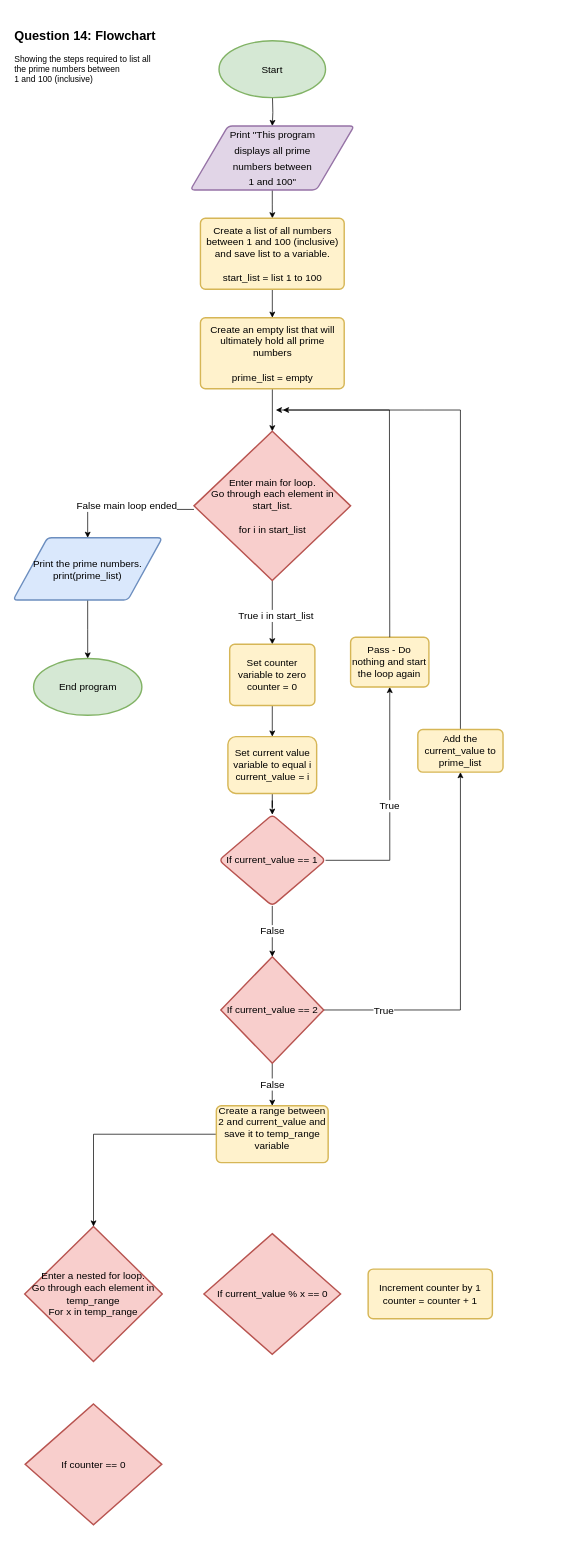
Before: Q14(1)_Flowchart.drawio in Wade008/flowcharts, a draw.io diagram. Source tidied: cells renumbered, new cells numbered last; positions are measured from the earlier drawing's top-left corner, leaving out a move shared by most shapes. Both pictures are drawn from the tidied source at 71%, with x=0, y=0 at pixel (13, 12).
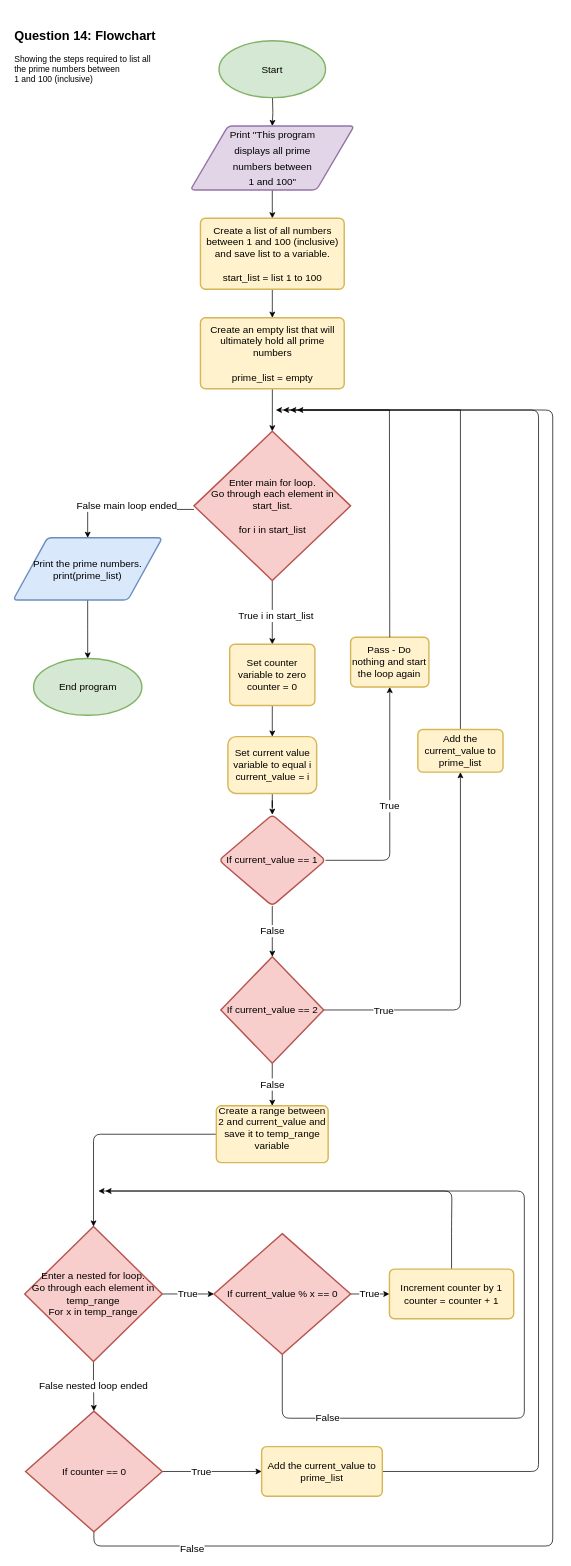
The same diagram, later.

Unchanged cells that the change refers to:
```xml
<mxCell id="20" value="If current_value == 1" style="rhombus;whiteSpace=wrap;html=1;fontSize=14;fillColor=#f8cecc;strokeColor=#b85450;rounded=1;arcSize=14;strokeWidth=2;" parent="1" vertex="1">
  <mxGeometry x="290" y="1130" width="150" height="128.4" as="geometry" />
</mxCell>
<mxCell id="21" value="Pass - Do nothing and start the loop again" style="rounded=1;whiteSpace=wrap;html=1;absoluteArcSize=1;arcSize=14;strokeWidth=2;fontSize=14;fillColor=#fff2cc;strokeColor=#d6b656;" parent="1" vertex="1">
  <mxGeometry x="475.3" y="880" width="110.3" height="70" as="geometry" />
</mxCell>
<mxCell id="28" value="If current_value == 2" style="strokeWidth=2;html=1;shape=mxgraph.flowchart.decision;whiteSpace=wrap;fontSize=14;fillColor=#f8cecc;strokeColor=#b85450;" parent="1" vertex="1">
  <mxGeometry x="292.5" y="1330" width="145" height="150" as="geometry" />
</mxCell>
<mxCell id="30" value="Add the current_value to prime_list" style="rounded=1;whiteSpace=wrap;html=1;absoluteArcSize=1;arcSize=14;strokeWidth=2;fontSize=14;fillColor=#fff2cc;strokeColor=#d6b656;" parent="1" vertex="1">
  <mxGeometry x="570" y="1010" width="120" height="60" as="geometry" />
</mxCell>
<mxCell id="32" value="Enter a nested for loop.&lt;br&gt;Go through each element in temp_range&lt;br&gt;For x in temp_range" style="strokeWidth=2;html=1;shape=mxgraph.flowchart.decision;whiteSpace=wrap;fontSize=14;fillColor=#f8cecc;strokeColor=#b85450;" parent="1" vertex="1">
  <mxGeometry x="16.3" y="1710" width="193.7" height="190" as="geometry" />
</mxCell>
<mxCell id="34" value="Create a range between 2 and current_value and save it to temp_range variable&lt;br&gt;&lt;br&gt;" style="rounded=1;whiteSpace=wrap;html=1;absoluteArcSize=1;arcSize=14;strokeWidth=2;fontSize=14;fillColor=#fff2cc;strokeColor=#d6b656;" parent="1" vertex="1">
  <mxGeometry x="286.2" y="1540" width="157.5" height="80" as="geometry" />
</mxCell>
```

The edit, as a diff of the source:
```diff
@@
-    <mxCell id="19" value="True" style="edgeStyle=orthogonalEdgeStyle;rounded=0;jettySize=auto;html=1;exitX=1;exitY=0.5;exitDx=0;exitDy=0;entryX=0.5;entryY=1;entryDx=0;entryDy=0;fontSize=14;" parent="1" edge="1" source="20" target="21">
+    <mxCell id="19" value="True" style="edgeStyle=orthogonalEdgeStyle;rounded=1;jettySize=auto;html=1;exitX=1;exitY=0.5;exitDx=0;exitDy=0;entryX=0.5;entryY=1;entryDx=0;entryDy=0;fontSize=14;" parent="1" edge="1" source="20" target="21">
       <mxGeometry relative="1" as="geometry" />
     </mxCell>
@@
-    <mxCell id="25" style="edgeStyle=orthogonalEdgeStyle;rounded=0;jettySize=auto;html=1;entryX=0.5;entryY=1;entryDx=0;entryDy=0;fontSize=14;" parent="1" edge="1" source="28" target="30">
+    <mxCell id="25" style="edgeStyle=orthogonalEdgeStyle;rounded=1;jettySize=auto;html=1;entryX=0.5;entryY=1;entryDx=0;entryDy=0;fontSize=14;" parent="1" edge="1" source="28" target="30">
       <mxGeometry relative="1" as="geometry" />
     </mxCell>
@@
     <mxCell id="29" style="edgeStyle=orthogonalEdgeStyle;rounded=0;jettySize=auto;html=1;exitX=0.5;exitY=0;exitDx=0;exitDy=0;fontSize=14;" parent="1" edge="1" source="30">
       <mxGeometry relative="1" as="geometry">
         <mxPoint x="380" y="560" as="targetPoint" />
         <Array as="points">
           <mxPoint x="630" y="560" />
-          <mxPoint x="580" y="560" />
         </Array>
       </mxGeometry>
     </mxCell>
@@
+    <mxCell id="38" value="True" style="edgeStyle=orthogonalEdgeStyle;rounded=0;jettySize=auto;html=1;fontSize=14;" parent="1" edge="1" source="32" target="35">
+      <mxGeometry relative="1" as="geometry" />
+    </mxCell>
+    <mxCell id="39" value="False nested loop ended" style="edgeStyle=orthogonalEdgeStyle;rounded=0;jettySize=auto;html=1;exitX=0.5;exitY=1;exitDx=0;exitDy=0;exitPerimeter=0;entryX=0.5;entryY=0;entryDx=0;entryDy=0;entryPerimeter=0;fontSize=14;" parent="1" edge="1" source="32" target="37">
+      <mxGeometry relative="1" as="geometry" />
+    </mxCell>
@@
-    <mxCell id="33" style="edgeStyle=orthogonalEdgeStyle;rounded=0;jettySize=auto;html=1;fontSize=14;" parent="1" edge="1" source="34" target="32">
+    <mxCell id="33" style="edgeStyle=orthogonalEdgeStyle;rounded=1;jettySize=auto;html=1;fontSize=14;" parent="1" edge="1" source="34" target="32">
       <mxGeometry relative="1" as="geometry" />
     </mxCell>
@@
+    <mxCell id="40" value="True" style="edgeStyle=orthogonalEdgeStyle;rounded=0;jettySize=auto;html=1;fontSize=14;" parent="1" edge="1" source="35" target="36">
+      <mxGeometry relative="1" as="geometry" />
+    </mxCell>
+    <mxCell id="41" value="False" style="edgeStyle=orthogonalEdgeStyle;rounded=1;jettySize=auto;html=1;fontSize=14;jumpStyle=arc;" parent="1" edge="1" source="35">
+      <mxGeometry x="-0.77" relative="1" as="geometry">
+        <mxPoint x="130" y="1660" as="targetPoint" />
+        <Array as="points">
+          <mxPoint x="379" y="1980" />
+          <mxPoint x="720" y="1980" />
+          <mxPoint x="720" y="1660" />
+        </Array>
+      </mxGeometry>
+    </mxCell>
     <mxCell id="35" value="If current_value % x == 0" style="strokeWidth=2;html=1;shape=mxgraph.flowchart.decision;whiteSpace=wrap;fontSize=14;fillColor=#f8cecc;strokeColor=#b85450;" parent="1" vertex="1">
-      <mxGeometry x="268.7" y="1720" width="192.5" height="170" as="geometry" />
+      <mxGeometry x="282.8" y="1720" width="192.5" height="170" as="geometry" />
     </mxCell>
+    <mxCell id="42" style="edgeStyle=orthogonalEdgeStyle;rounded=1;jettySize=auto;html=1;exitX=0.5;exitY=0;exitDx=0;exitDy=0;fontSize=14;" parent="1" edge="1" source="36">
+      <mxGeometry relative="1" as="geometry">
+        <mxPoint x="120" y="1660" as="targetPoint" />
+        <Array as="points">
+          <mxPoint x="618" y="1710" />
+          <mxPoint x="618" y="1710" />
+        </Array>
+      </mxGeometry>
+    </mxCell>
     <mxCell id="36" value="Increment counter by 1&lt;br&gt;counter = counter + 1" style="rounded=1;whiteSpace=wrap;html=1;absoluteArcSize=1;arcSize=14;strokeWidth=2;fontSize=14;fillColor=#fff2cc;strokeColor=#d6b656;" parent="1" vertex="1">
-      <mxGeometry x="500" y="1770" width="175" height="70" as="geometry" />
+      <mxGeometry x="530" y="1770" width="175" height="70" as="geometry" />
     </mxCell>
+    <mxCell id="43" style="edgeStyle=orthogonalEdgeStyle;rounded=1;jumpStyle=arc;jettySize=auto;html=1;exitX=1;exitY=0.5;exitDx=0;exitDy=0;exitPerimeter=0;fontSize=14;" parent="1" edge="1" source="37" target="48">
+      <mxGeometry relative="1" as="geometry" />
+    </mxCell>
+    <mxCell id="44" value="True" style="edgeLabel;html=1;align=center;verticalAlign=middle;fontSize=14;" parent="43" vertex="1">
+      <mxGeometry x="-0.3" y="-5" relative="1" as="geometry">
+        <mxPoint x="5" y="-5" as="offset" />
+      </mxGeometry>
+    </mxCell>
+    <mxCell id="45" style="edgeStyle=orthogonalEdgeStyle;rounded=1;jumpStyle=arc;jettySize=auto;html=1;exitX=0.5;exitY=1;exitDx=0;exitDy=0;exitPerimeter=0;fontSize=14;" parent="1" edge="1" source="37">
+      <mxGeometry relative="1" as="geometry">
+        <mxPoint x="400" y="560" as="targetPoint" />
+        <Array as="points">
+          <mxPoint x="114" y="2160" />
+          <mxPoint x="760" y="2160" />
+          <mxPoint x="760" y="560" />
+        </Array>
+      </mxGeometry>
+    </mxCell>
+    <mxCell id="46" value="False" style="edgeLabel;html=1;align=center;verticalAlign=middle;fontSize=14;" parent="45" vertex="1">
+      <mxGeometry x="-0.88" y="-3" relative="1" as="geometry" />
+    </mxCell>
     <mxCell id="37" value="If counter == 0" style="strokeWidth=2;html=1;shape=mxgraph.flowchart.decision;whiteSpace=wrap;fontSize=14;fillColor=#f8cecc;strokeColor=#b85450;" parent="1" vertex="1">
-      <mxGeometry x="16.9" y="1960" width="192.5" height="170" as="geometry" />
+      <mxGeometry x="17.5" y="1970" width="192.5" height="170" as="geometry" />
     </mxCell>
+    <mxCell id="47" style="edgeStyle=orthogonalEdgeStyle;rounded=1;jumpStyle=arc;jettySize=auto;html=1;exitX=1;exitY=0.5;exitDx=0;exitDy=0;fontSize=14;" parent="1" edge="1" source="48">
+      <mxGeometry relative="1" as="geometry">
+        <mxPoint x="390" y="560" as="targetPoint" />
+        <Array as="points">
+          <mxPoint x="740" y="2055" />
+          <mxPoint x="740" y="560" />
+        </Array>
+      </mxGeometry>
+    </mxCell>
+    <mxCell id="48" value="Add the current_value to prime_list" style="rounded=1;whiteSpace=wrap;html=1;absoluteArcSize=1;arcSize=14;strokeWidth=2;fontSize=14;fillColor=#fff2cc;strokeColor=#d6b656;" parent="1" vertex="1">
+      <mxGeometry x="350" y="2020" width="170" height="70" as="geometry" />
+    </mxCell>
```
